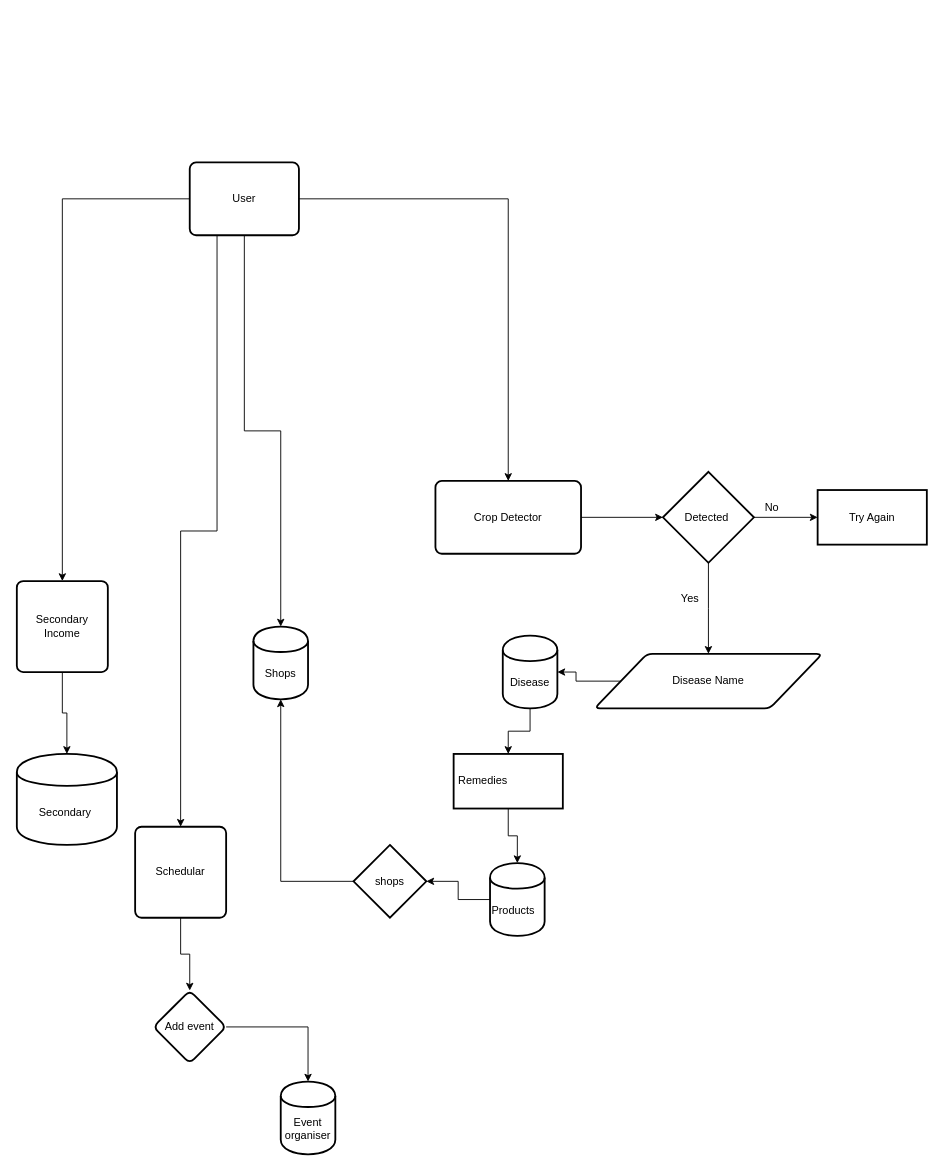
Earlier version of the draw.io diagram Event_flow.drawio (joshsoftware/cropdoctor). Source tidied: cells renumbered, new cells numbered last; positions are measured from the earlier drawing's top-left corner, leaving out a move shared by most shapes. Both pictures are drawn from the tidied source at 91%, with x=0, y=0 at pixel (16, 162).
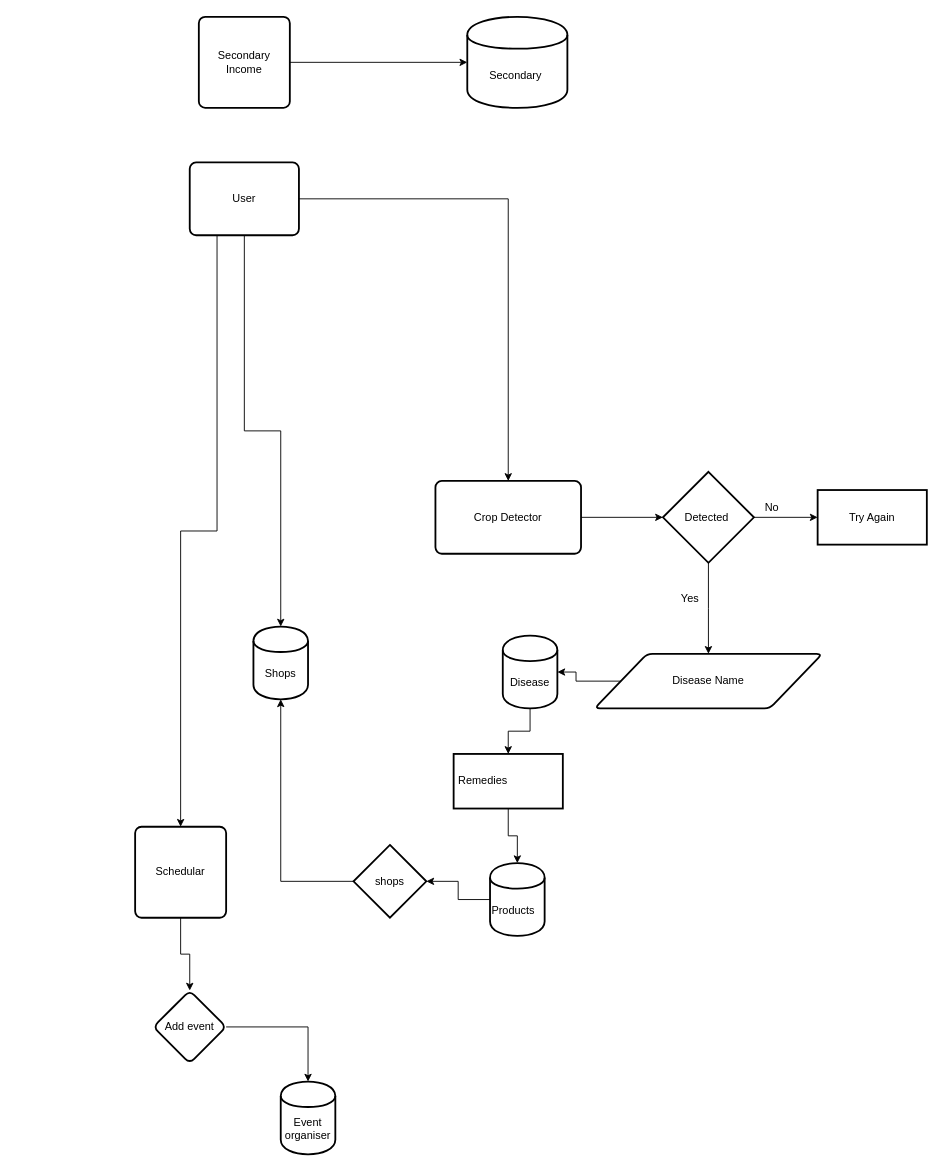
Above is the later version.

Unchanged cells that the change refers to:
```xml
<mxCell id="7" value="User" style="rounded=1;whiteSpace=wrap;html=1;absoluteArcSize=1;arcSize=14;strokeWidth=2;" parent="1" vertex="1">
  <mxGeometry x="190" width="120" height="80" as="geometry" />
</mxCell>
```

Change to the diagram source:
```diff
@@
-    <mxCell id="5" style="edgeStyle=orthogonalEdgeStyle;rounded=0;jettySize=auto;html=1;entryX=0.5;entryY=0;entryDx=0;entryDy=0;" parent="1" edge="1" source="7" target="33">
-      <mxGeometry relative="1" as="geometry" />
-    </mxCell>
@@
     <mxCell id="33" value="Secondary Income" style="rounded=1;whiteSpace=wrap;html=1;absoluteArcSize=1;arcSize=14;strokeWidth=2;" parent="1" vertex="1">
-      <mxGeometry y="460" width="100" height="100" as="geometry" />
+      <mxGeometry x="200" y="-160" width="100" height="100" as="geometry" />
     </mxCell>
     <mxCell id="34" value="Secondary&amp;nbsp;" style="shape=cylinder;whiteSpace=wrap;html=1;boundedLbl=1;backgroundOutline=1;rounded=1;strokeWidth=2;arcSize=14;" parent="1" vertex="1">
-      <mxGeometry y="650" width="110" height="100" as="geometry" />
+      <mxGeometry x="495" y="-160" width="110" height="100" as="geometry" />
     </mxCell>
```
